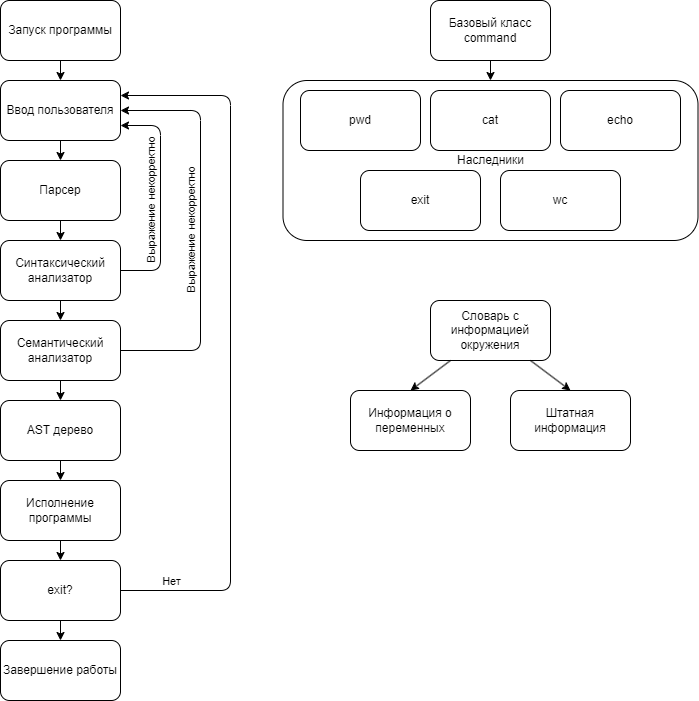
Before: SD.png, a diagram exported from draw.io (TreshMom/Command-Line-Interface). Source tidied: cells renumbered, new cells last; positions are measured from the earlier drawing's top-left corner, leaving out a move shared by most shapes.
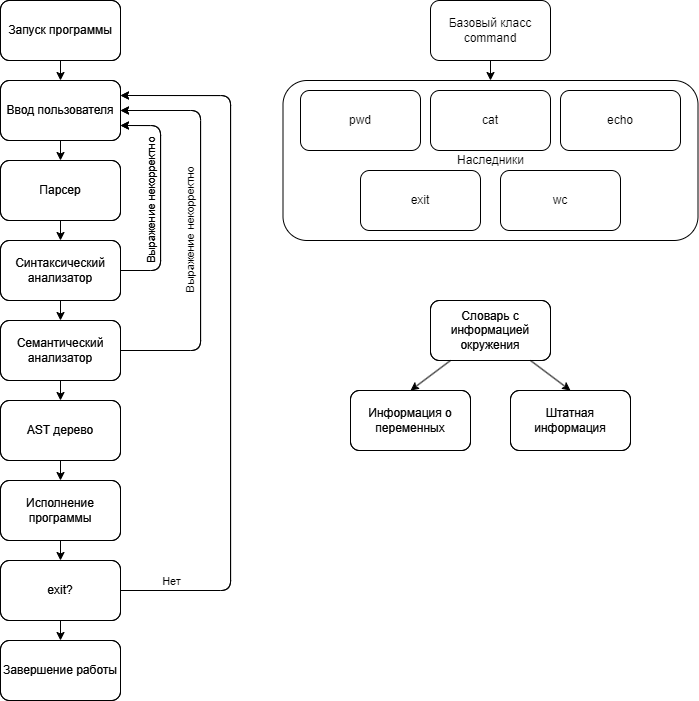
Later version of the same file.

What changed in the source:
```diff
@@ -1,71 +1,71 @@
-<mxGraphModel>
+<mxGraphModel background="#FFFFFF">
   <root>
     <mxCell id="0" />
     <mxCell id="1" parent="0" />
-    <mxCell id="2" value="Информация о переменных" style="rounded=1;whiteSpace=wrap;html=1;fillColor=none;" parent="1" vertex="1">
+    <mxCell id="2" value="Информация о переменных" style="rounded=1;whiteSpace=wrap;html=1;fillColor=none;fontColor=#000000;" parent="1" vertex="1">
       <mxGeometry x="350" y="390" width="120" height="60" as="geometry" />
     </mxCell>
-    <mxCell id="3" style="edgeStyle=none;html=1;entryX=0.5;entryY=0;entryDx=0;entryDy=0;" parent="1" edge="1" source="5" target="6">
+    <mxCell id="3" style="edgeStyle=none;html=1;entryX=0.5;entryY=0;entryDx=0;entryDy=0;fontColor=#000000;strokeColor=#000000;" parent="1" edge="1" source="5" target="6">
       <mxGeometry relative="1" as="geometry" />
     </mxCell>
-    <mxCell id="4" style="edgeStyle=none;html=1;entryX=0.5;entryY=0;entryDx=0;entryDy=0;" parent="1" edge="1" source="5" target="2">
+    <mxCell id="4" style="edgeStyle=none;html=1;entryX=0.5;entryY=0;entryDx=0;entryDy=0;fontColor=#000000;strokeColor=#000000;" parent="1" edge="1" source="5" target="2">
       <mxGeometry relative="1" as="geometry" />
     </mxCell>
-    <mxCell id="5" value="Словарь с информацией окружения" style="rounded=1;whiteSpace=wrap;html=1;fillColor=none;" parent="1" vertex="1">
+    <mxCell id="5" value="Словарь с информацией окружения" style="rounded=1;whiteSpace=wrap;html=1;fillColor=none;fontColor=#000000;" parent="1" vertex="1">
       <mxGeometry x="430" y="300" width="120" height="60" as="geometry" />
     </mxCell>
-    <mxCell id="6" value="Штатная информация" style="rounded=1;whiteSpace=wrap;html=1;fillColor=none;" parent="1" vertex="1">
+    <mxCell id="6" value="Штатная информация" style="rounded=1;whiteSpace=wrap;html=1;fillColor=none;fontColor=#000000;" parent="1" vertex="1">
       <mxGeometry x="510" y="390" width="120" height="60" as="geometry" />
     </mxCell>
-    <mxCell id="7" style="edgeStyle=none;html=1;entryX=0.5;entryY=0;entryDx=0;entryDy=0;" parent="1" edge="1" source="8" target="14">
+    <mxCell id="7" style="edgeStyle=none;html=1;entryX=0.5;entryY=0;entryDx=0;entryDy=0;fontColor=#000000;strokeColor=#000000;" parent="1" edge="1" source="8" target="14">
       <mxGeometry relative="1" as="geometry" />
     </mxCell>
-    <mxCell id="8" value="Базовый класс command" style="rounded=1;whiteSpace=wrap;html=1;fillColor=none;" parent="1" vertex="1">
+    <mxCell id="8" value="Базовый класс command" style="rounded=1;whiteSpace=wrap;html=1;fillColor=none;fontColor=#000000;strokeColor=#000000;" parent="1" vertex="1">
       <mxGeometry x="430" width="120" height="60" as="geometry" />
     </mxCell>
-    <mxCell id="9" value="cat" style="whiteSpace=wrap;html=1;rounded=1;fillColor=none;" parent="1" vertex="1">
+    <mxCell id="9" value="cat" style="whiteSpace=wrap;html=1;rounded=1;fillColor=none;fontColor=#000000;strokeColor=#000000;" parent="1" vertex="1">
       <mxGeometry x="430" y="90" width="120" height="60" as="geometry" />
     </mxCell>
-    <mxCell id="10" value="echo" style="whiteSpace=wrap;html=1;rounded=1;fillColor=none;" parent="1" vertex="1">
+    <mxCell id="10" value="echo" style="whiteSpace=wrap;html=1;rounded=1;fillColor=none;fontColor=#000000;strokeColor=#000000;" parent="1" vertex="1">
       <mxGeometry x="560" y="90" width="120" height="60" as="geometry" />
     </mxCell>
-    <mxCell id="11" value="pwd" style="whiteSpace=wrap;html=1;rounded=1;fillColor=none;" parent="1" vertex="1">
+    <mxCell id="11" value="pwd" style="whiteSpace=wrap;html=1;rounded=1;fillColor=none;fontColor=#000000;strokeColor=#000000;" parent="1" vertex="1">
       <mxGeometry x="300" y="90" width="120" height="60" as="geometry" />
     </mxCell>
-    <mxCell id="12" value="wc" style="whiteSpace=wrap;html=1;rounded=1;fillColor=none;" parent="1" vertex="1">
+    <mxCell id="12" value="wc" style="whiteSpace=wrap;html=1;rounded=1;fillColor=none;fontColor=#000000;strokeColor=#000000;" parent="1" vertex="1">
       <mxGeometry x="500" y="170" width="120" height="60" as="geometry" />
     </mxCell>
-    <mxCell id="13" value="exit" style="whiteSpace=wrap;html=1;rounded=1;fillColor=none;" parent="1" vertex="1">
+    <mxCell id="13" value="exit" style="whiteSpace=wrap;html=1;rounded=1;fillColor=none;fontColor=#000000;strokeColor=#000000;" parent="1" vertex="1">
       <mxGeometry x="360" y="170" width="120" height="60" as="geometry" />
     </mxCell>
-    <mxCell id="14" value="Наследники" style="rounded=1;whiteSpace=wrap;html=1;fillColor=none;" parent="1" vertex="1">
+    <mxCell id="14" value="Наследники" style="rounded=1;whiteSpace=wrap;html=1;fillColor=none;fontColor=#000000;strokeColor=#000000;" parent="1" vertex="1">
       <mxGeometry x="282.5" y="80" width="415" height="160" as="geometry" />
     </mxCell>
-    <mxCell id="15" style="edgeStyle=none;html=1;" parent="1" edge="1" source="16" target="18">
+    <mxCell id="15" style="edgeStyle=none;html=1;fontColor=#000000;strokeColor=#000000;" parent="1" edge="1" source="16" target="18">
       <mxGeometry relative="1" as="geometry" />
     </mxCell>
-    <mxCell id="16" value="Запуск программы" style="rounded=1;whiteSpace=wrap;html=1;fillColor=none;" parent="1" vertex="1">
+    <mxCell id="16" value="Запуск программы" style="rounded=1;whiteSpace=wrap;html=1;fillColor=none;fontColor=#000000;" parent="1" vertex="1">
       <mxGeometry width="120" height="60" as="geometry" />
     </mxCell>
-    <mxCell id="17" style="edgeStyle=none;html=1;" parent="1" edge="1" source="18" target="20">
+    <mxCell id="17" style="edgeStyle=none;html=1;fontColor=#000000;strokeColor=#000000;" parent="1" edge="1" source="18" target="20">
       <mxGeometry relative="1" as="geometry" />
     </mxCell>
-    <mxCell id="18" value="Ввод пользователя" style="whiteSpace=wrap;html=1;fillColor=none;rounded=1;" parent="1" vertex="1">
+    <mxCell id="18" value="Ввод пользователя" style="whiteSpace=wrap;html=1;fillColor=none;rounded=1;fontColor=#000000;" parent="1" vertex="1">
       <mxGeometry y="80" width="120" height="60" as="geometry" />
     </mxCell>
-    <mxCell id="19" style="edgeStyle=none;html=1;" parent="1" edge="1" source="20" target="22">
+    <mxCell id="19" style="edgeStyle=none;html=1;fontColor=#000000;strokeColor=#000000;" parent="1" edge="1" source="20" target="22">
       <mxGeometry relative="1" as="geometry" />
     </mxCell>
-    <mxCell id="20" value="Парсер" style="whiteSpace=wrap;html=1;fillColor=none;rounded=1;" parent="1" vertex="1">
+    <mxCell id="20" value="Парсер" style="whiteSpace=wrap;html=1;fillColor=none;rounded=1;fontColor=#000000;" parent="1" vertex="1">
       <mxGeometry y="160" width="120" height="60" as="geometry" />
     </mxCell>
-    <mxCell id="21" style="edgeStyle=orthogonalEdgeStyle;comic=0;jiggle=1;html=1;entryX=0.5;entryY=0;entryDx=0;entryDy=0;" parent="1" edge="1" source="22" target="25">
+    <mxCell id="21" style="edgeStyle=orthogonalEdgeStyle;comic=0;jiggle=1;html=1;entryX=0.5;entryY=0;entryDx=0;entryDy=0;fontColor=#000000;strokeColor=#000000;" parent="1" edge="1" source="22" target="25">
       <mxGeometry relative="1" as="geometry" />
     </mxCell>
-    <mxCell id="22" value="Синтаксический анализатор" style="whiteSpace=wrap;html=1;fillColor=none;rounded=1;" parent="1" vertex="1">
+    <mxCell id="22" value="Синтаксический анализатор" style="whiteSpace=wrap;html=1;fillColor=none;rounded=1;fontColor=#000000;" parent="1" vertex="1">
       <mxGeometry y="240" width="120" height="60" as="geometry" />
     </mxCell>
-    <mxCell id="23" style="edgeStyle=orthogonalEdgeStyle;html=1;entryX=1;entryY=0.75;entryDx=0;entryDy=0;exitX=1;exitY=0.5;exitDx=0;exitDy=0;" parent="1" edge="1" source="22" target="18">
+    <mxCell id="23" style="edgeStyle=orthogonalEdgeStyle;html=1;entryX=1;entryY=0.75;entryDx=0;entryDy=0;exitX=1;exitY=0.5;exitDx=0;exitDy=0;fontColor=#000000;" parent="1" edge="1" source="22" target="18">
       <mxGeometry relative="1" as="geometry">
         <Array as="points">
           <mxPoint x="160" y="270" />
@@ -73,15 +73,15 @@
         </Array>
       </mxGeometry>
     </mxCell>
-    <mxCell id="24" style="edgeStyle=orthogonalEdgeStyle;comic=0;jiggle=1;html=1;entryX=0.5;entryY=0;entryDx=0;entryDy=0;" parent="1" edge="1" source="25">
+    <mxCell id="24" style="edgeStyle=orthogonalEdgeStyle;comic=0;jiggle=1;html=1;entryX=0.5;entryY=0;entryDx=0;entryDy=0;fontColor=#000000;strokeColor=#000000;" parent="1" edge="1" source="25">
       <mxGeometry relative="1" as="geometry">
         <mxPoint x="60" y="400" as="targetPoint" />
       </mxGeometry>
     </mxCell>
-    <mxCell id="25" value="Семантический анализатор" style="whiteSpace=wrap;html=1;fillColor=none;rounded=1;" parent="1" vertex="1">
+    <mxCell id="25" value="Семантический анализатор" style="whiteSpace=wrap;html=1;fillColor=none;rounded=1;fontColor=#000000;" parent="1" vertex="1">
       <mxGeometry y="320" width="120" height="60" as="geometry" />
     </mxCell>
-    <mxCell id="26" style="edgeStyle=orthogonalEdgeStyle;html=1;entryX=1;entryY=0.5;entryDx=0;entryDy=0;exitX=1;exitY=0.5;exitDx=0;exitDy=0;" parent="1" edge="1" source="25" target="18">
+    <mxCell id="26" style="edgeStyle=orthogonalEdgeStyle;html=1;entryX=1;entryY=0.5;entryDx=0;entryDy=0;exitX=1;exitY=0.5;exitDx=0;exitDy=0;fontColor=#000000;" parent="1" edge="1" source="25" target="18">
       <mxGeometry relative="1" as="geometry">
         <Array as="points">
           <mxPoint x="200" y="350" />
@@ -89,30 +89,30 @@
         </Array>
       </mxGeometry>
     </mxCell>
-    <mxCell id="27" value="Выражение некорректно" style="edgeLabel;html=1;align=center;verticalAlign=middle;labelBackgroundColor=none;rotation=-90;" parent="26" vertex="1">
+    <mxCell id="27" value="Выражение некорректно" style="edgeLabel;html=1;align=center;verticalAlign=middle;labelBackgroundColor=none;rotation=-90;fontColor=#000000;" parent="26" vertex="1">
       <mxGeometry x="0.05" y="-2" relative="1" as="geometry">
         <mxPoint x="-52" y="-20" as="offset" />
       </mxGeometry>
     </mxCell>
-    <mxCell id="28" style="edgeStyle=orthogonalEdgeStyle;html=1;entryX=0.5;entryY=0;entryDx=0;entryDy=0;" parent="1" edge="1" source="29" target="31">
+    <mxCell id="28" style="edgeStyle=orthogonalEdgeStyle;html=1;entryX=0.5;entryY=0;entryDx=0;entryDy=0;fontColor=#000000;strokeColor=#000000;" parent="1" edge="1" source="29" target="31">
       <mxGeometry relative="1" as="geometry" />
     </mxCell>
-    <mxCell id="29" value="AST дерево" style="whiteSpace=wrap;html=1;fillColor=none;rounded=1;" parent="1" vertex="1">
+    <mxCell id="29" value="AST дерево" style="whiteSpace=wrap;html=1;fillColor=none;rounded=1;fontColor=#000000;" parent="1" vertex="1">
       <mxGeometry y="400" width="120" height="60" as="geometry" />
     </mxCell>
-    <mxCell id="30" style="edgeStyle=orthogonalEdgeStyle;comic=0;jiggle=1;html=1;entryX=0.5;entryY=0;entryDx=0;entryDy=0;" parent="1" edge="1" source="31" target="33">
+    <mxCell id="30" style="edgeStyle=orthogonalEdgeStyle;comic=0;jiggle=1;html=1;entryX=0.5;entryY=0;entryDx=0;entryDy=0;fontColor=#000000;strokeColor=#000000;" parent="1" edge="1" source="31" target="33">
       <mxGeometry relative="1" as="geometry" />
     </mxCell>
-    <mxCell id="31" value="Исполнение программы" style="whiteSpace=wrap;html=1;fillColor=none;rounded=1;" parent="1" vertex="1">
+    <mxCell id="31" value="Исполнение программы" style="whiteSpace=wrap;html=1;fillColor=none;rounded=1;fontColor=#000000;" parent="1" vertex="1">
       <mxGeometry y="480" width="120" height="60" as="geometry" />
     </mxCell>
-    <mxCell id="32" style="edgeStyle=orthogonalEdgeStyle;comic=0;jiggle=1;html=1;entryX=0.5;entryY=0;entryDx=0;entryDy=0;" parent="1" edge="1" source="33" target="35">
+    <mxCell id="32" style="edgeStyle=orthogonalEdgeStyle;comic=0;jiggle=1;html=1;entryX=0.5;entryY=0;entryDx=0;entryDy=0;fontColor=#000000;strokeColor=#000000;" parent="1" edge="1" source="33" target="35">
       <mxGeometry relative="1" as="geometry" />
     </mxCell>
-    <mxCell id="33" value="exit?" style="whiteSpace=wrap;html=1;fillColor=none;rounded=1;" parent="1" vertex="1">
+    <mxCell id="33" value="exit?" style="whiteSpace=wrap;html=1;fillColor=none;rounded=1;fontColor=#000000;" parent="1" vertex="1">
       <mxGeometry y="560" width="120" height="60" as="geometry" />
     </mxCell>
-    <mxCell id="34" style="edgeStyle=orthogonalEdgeStyle;html=1;entryX=1;entryY=0.25;entryDx=0;entryDy=0;comic=0;jiggle=1;exitX=1;exitY=0.5;exitDx=0;exitDy=0;" parent="1" edge="1" source="33" target="18">
+    <mxCell id="34" style="edgeStyle=orthogonalEdgeStyle;html=1;entryX=1;entryY=0.25;entryDx=0;entryDy=0;comic=0;jiggle=1;exitX=1;exitY=0.5;exitDx=0;exitDy=0;fontColor=#000000;" parent="1" edge="1" source="33" target="18">
       <mxGeometry relative="1" as="geometry">
         <Array as="points">
           <mxPoint x="230" y="590" />
@@ -120,14 +120,79 @@
         </Array>
       </mxGeometry>
     </mxCell>
-    <mxCell id="35" value="Завершение работы" style="whiteSpace=wrap;html=1;fillColor=none;rounded=1;" parent="1" vertex="1">
+    <mxCell id="35" value="Завершение работы" style="whiteSpace=wrap;html=1;fillColor=none;rounded=1;fontColor=#000000;" parent="1" vertex="1">
       <mxGeometry y="640" width="120" height="60" as="geometry" />
     </mxCell>
-    <mxCell id="36" value="Нет" style="edgeLabel;html=1;align=center;verticalAlign=middle;labelBackgroundColor=none;" parent="1" vertex="1">
+    <mxCell id="36" value="Нет" style="edgeLabel;html=1;align=center;verticalAlign=middle;labelBackgroundColor=none;fontColor=#000000;" parent="1" vertex="1">
       <mxGeometry x="170" y="580" as="geometry" />
     </mxCell>
-    <mxCell id="37" value="Выражение некорректно" style="edgeLabel;html=1;align=center;verticalAlign=middle;labelBackgroundColor=none;rotation=-90;" parent="1" vertex="1">
+    <mxCell id="37" value="Выражение некорректно" style="edgeLabel;html=1;align=center;verticalAlign=middle;labelBackgroundColor=none;rotation=-90;fontColor=#000000;" parent="1" vertex="1">
       <mxGeometry x="190" y="230" as="geometry" />
     </mxCell>
+    <mxCell id="38" value="Запуск программы" style="rounded=1;whiteSpace=wrap;html=1;fillColor=none;fontColor=#000000;strokeColor=#000000;" parent="1" vertex="1">
+      <mxGeometry width="120" height="60" as="geometry" />
+    </mxCell>
+    <mxCell id="39" value="Ввод пользователя" style="whiteSpace=wrap;html=1;fillColor=none;rounded=1;fontColor=#000000;strokeColor=#000000;" parent="1" vertex="1">
+      <mxGeometry y="80" width="120" height="60" as="geometry" />
+    </mxCell>
+    <mxCell id="40" value="Парсер" style="whiteSpace=wrap;html=1;fillColor=none;rounded=1;fontColor=#000000;strokeColor=#000000;" parent="1" vertex="1">
+      <mxGeometry y="160" width="120" height="60" as="geometry" />
+    </mxCell>
+    <mxCell id="41" value="Синтаксический анализатор" style="whiteSpace=wrap;html=1;fillColor=none;rounded=1;fontColor=#000000;strokeColor=#000000;" parent="1" vertex="1">
+      <mxGeometry y="240" width="120" height="60" as="geometry" />
+    </mxCell>
+    <mxCell id="42" value="Семантический анализатор" style="whiteSpace=wrap;html=1;fillColor=none;rounded=1;fontColor=#000000;strokeColor=#000000;" parent="1" vertex="1">
+      <mxGeometry y="320" width="120" height="60" as="geometry" />
+    </mxCell>
+    <mxCell id="43" value="AST дерево" style="whiteSpace=wrap;html=1;fillColor=none;rounded=1;fontColor=#000000;strokeColor=#000000;" parent="1" vertex="1">
+      <mxGeometry y="400" width="120" height="60" as="geometry" />
+    </mxCell>
+    <mxCell id="44" value="Исполнение программы" style="whiteSpace=wrap;html=1;fillColor=none;rounded=1;fontColor=#000000;strokeColor=#000000;" parent="1" vertex="1">
+      <mxGeometry y="480" width="120" height="60" as="geometry" />
+    </mxCell>
+    <mxCell id="45" value="exit?" style="whiteSpace=wrap;html=1;fillColor=none;rounded=1;fontColor=#000000;strokeColor=#000000;" parent="1" vertex="1">
+      <mxGeometry y="560" width="120" height="60" as="geometry" />
+    </mxCell>
+    <mxCell id="46" value="Завершение работы" style="whiteSpace=wrap;html=1;fillColor=none;rounded=1;fontColor=#000000;strokeColor=#000000;" parent="1" vertex="1">
+      <mxGeometry y="640" width="120" height="60" as="geometry" />
+    </mxCell>
+    <mxCell id="47" style="edgeStyle=orthogonalEdgeStyle;html=1;entryX=1;entryY=0.25;entryDx=0;entryDy=0;comic=0;jiggle=1;exitX=1;exitY=0.5;exitDx=0;exitDy=0;fontColor=#000000;strokeColor=#000000;" parent="1" edge="1" source="45" target="39">
+      <mxGeometry relative="1" as="geometry">
+        <Array as="points">
+          <mxPoint x="230" y="590" />
+          <mxPoint x="230" y="95" />
+        </Array>
+      </mxGeometry>
+    </mxCell>
+    <mxCell id="48" style="edgeStyle=orthogonalEdgeStyle;html=1;entryX=1;entryY=0.5;entryDx=0;entryDy=0;exitX=1;exitY=0.5;exitDx=0;exitDy=0;fontColor=#000000;strokeColor=#000000;" parent="1" edge="1" source="42" target="39">
+      <mxGeometry relative="1" as="geometry">
+        <Array as="points">
+          <mxPoint x="200" y="350" />
+          <mxPoint x="200" y="110" />
+        </Array>
+      </mxGeometry>
+    </mxCell>
+    <mxCell id="49" value="Выражение некорректно" style="edgeLabel;html=1;align=center;verticalAlign=middle;labelBackgroundColor=none;rotation=-90;fontColor=#000000;" parent="48" vertex="1">
+      <mxGeometry x="0.05" y="-2" relative="1" as="geometry">
+        <mxPoint x="-52" y="-20" as="offset" />
+      </mxGeometry>
+    </mxCell>
+    <mxCell id="50" style="edgeStyle=orthogonalEdgeStyle;html=1;entryX=1;entryY=0.75;entryDx=0;entryDy=0;exitX=1;exitY=0.5;exitDx=0;exitDy=0;fontColor=#000000;strokeColor=#000000;" parent="1" edge="1" source="41" target="39">
+      <mxGeometry relative="1" as="geometry">
+        <Array as="points">
+          <mxPoint x="160" y="270" />
+          <mxPoint x="160" y="125" />
+        </Array>
+      </mxGeometry>
+    </mxCell>
+    <mxCell id="51" value="Информация о переменных" style="rounded=1;whiteSpace=wrap;html=1;fillColor=none;fontColor=#000000;strokeColor=#000000;" parent="1" vertex="1">
+      <mxGeometry x="350" y="390" width="120" height="60" as="geometry" />
+    </mxCell>
+    <mxCell id="52" value="Словарь с информацией окружения" style="rounded=1;whiteSpace=wrap;html=1;fillColor=none;fontColor=#000000;strokeColor=#000000;" parent="1" vertex="1">
+      <mxGeometry x="430" y="300" width="120" height="60" as="geometry" />
+    </mxCell>
+    <mxCell id="53" value="Штатная информация" style="rounded=1;whiteSpace=wrap;html=1;fillColor=none;fontColor=#000000;strokeColor=#000000;" parent="1" vertex="1">
+      <mxGeometry x="510" y="390" width="120" height="60" as="geometry" />
+    </mxCell>
   </root>
 </mxGraphModel>
```
